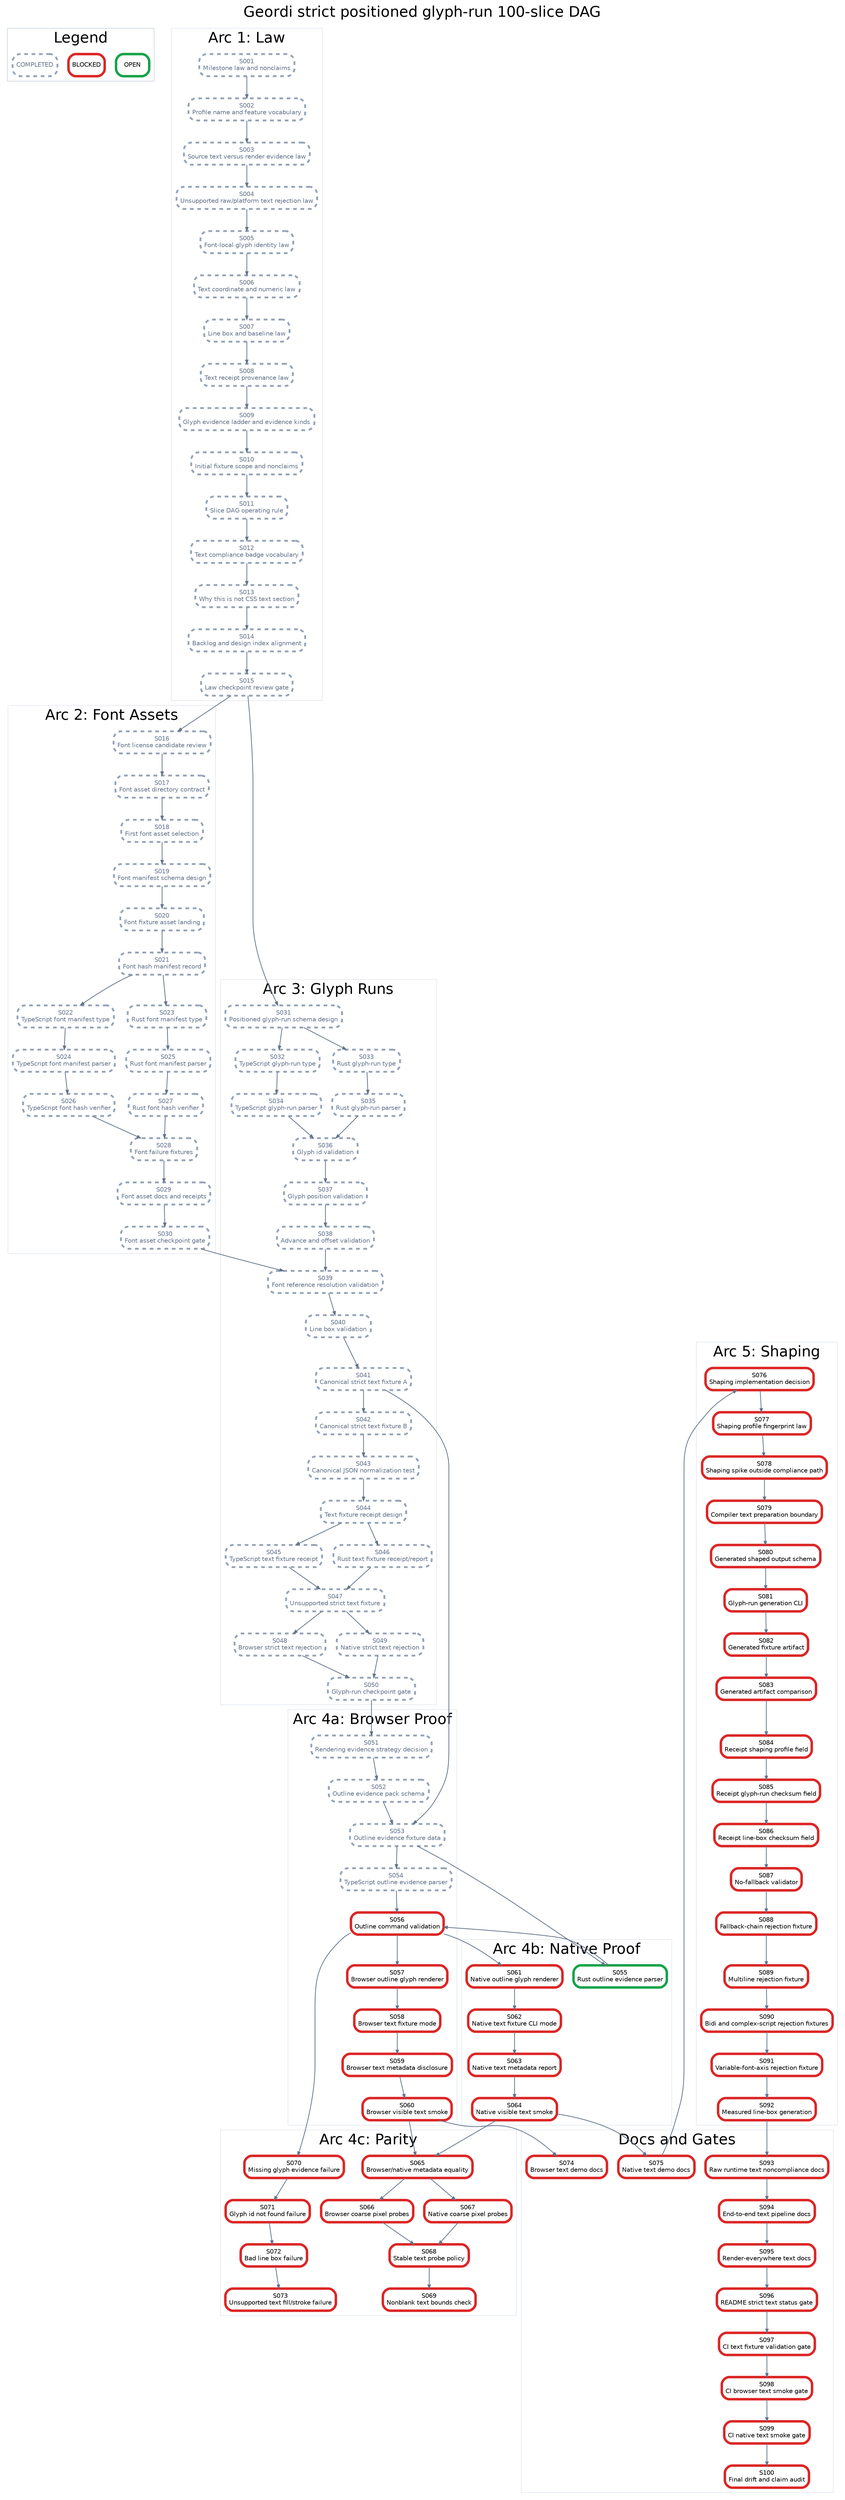
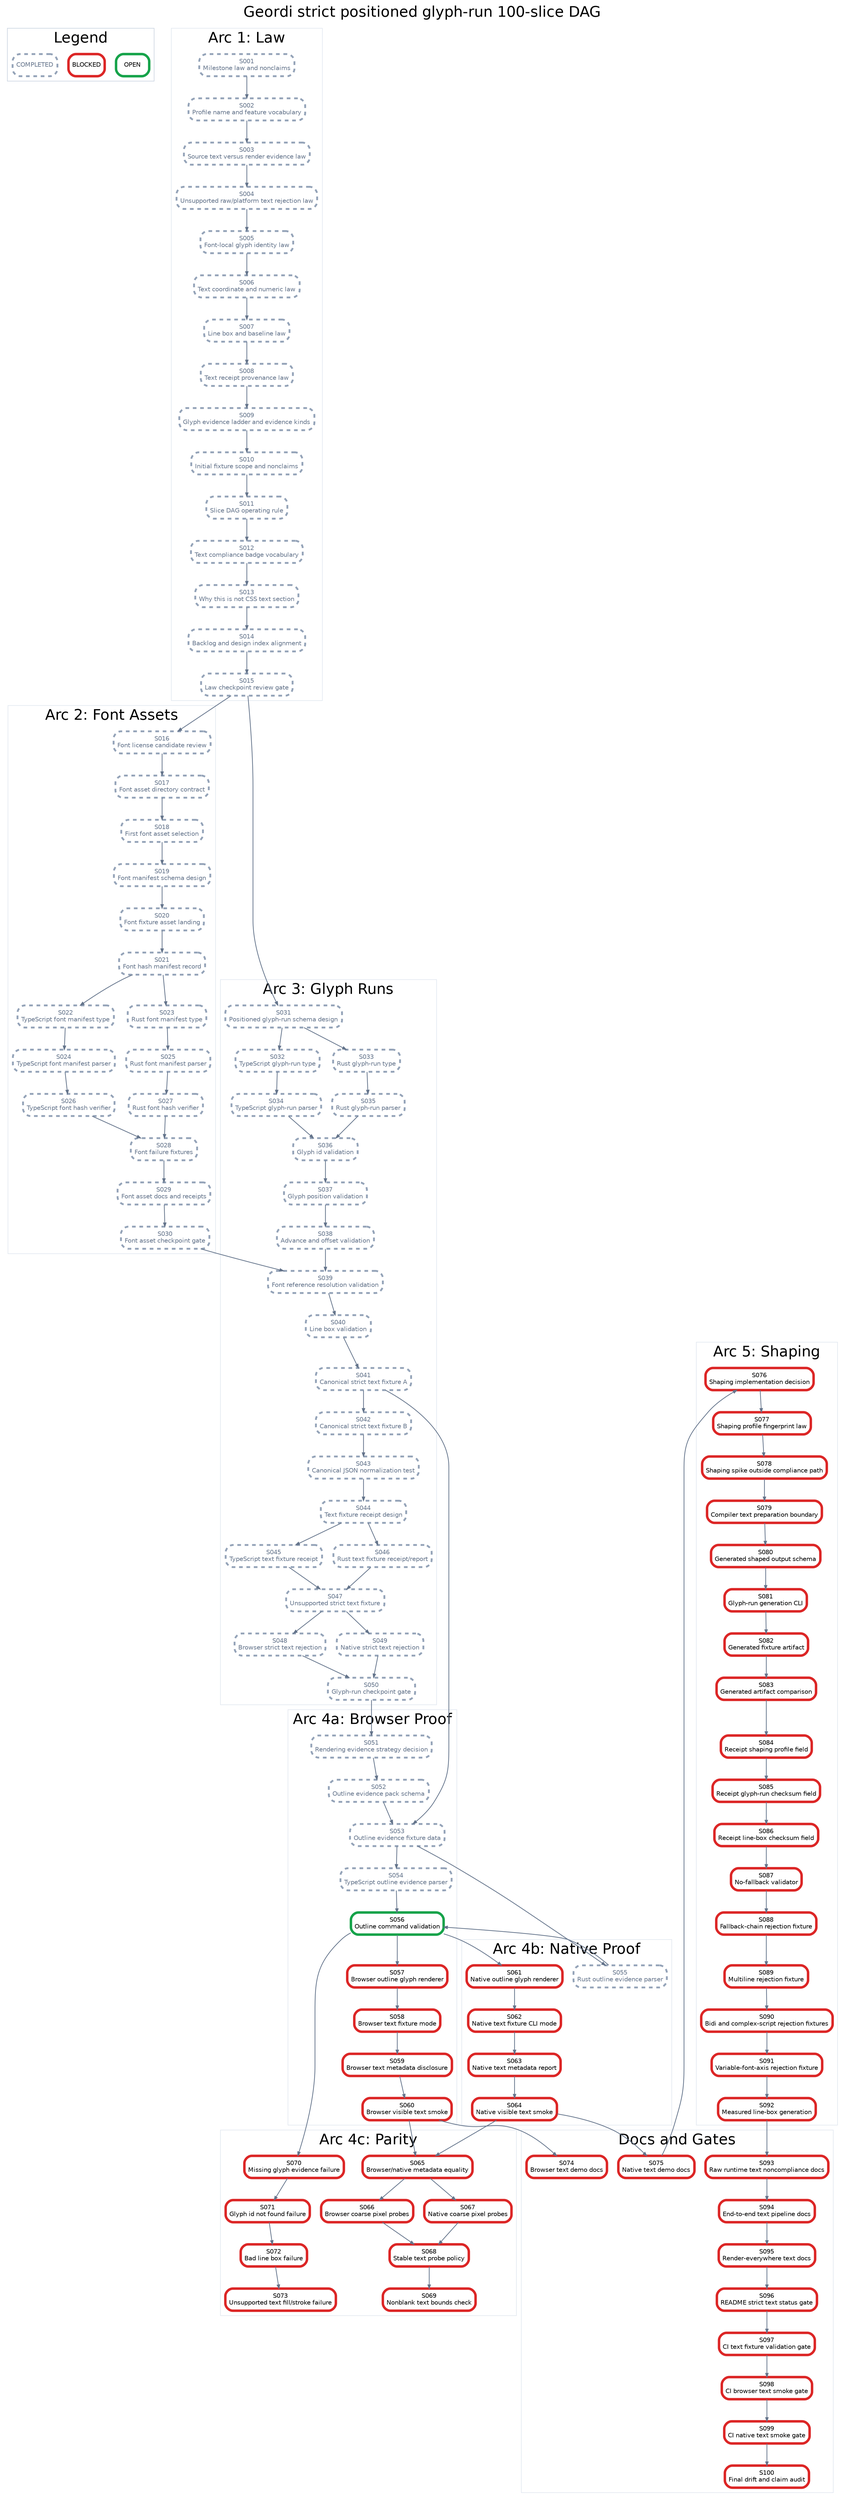
digraph StrictPositionedGlyphRunPlan {
  graph [rankdir=TB, bgcolor="white", fontname="Helvetica", label="Geordi strict positioned glyph-run 100-slice DAG", labelloc="t", fontsize=24];
  node [shape=box, style="rounded,filled", fillcolor="white", fontname="Helvetica", fontsize=10, margin="0.08,0.05"];
  edge [color="#64748b", arrowsize=0.6, penwidth=1.2];

  subgraph cluster_legend {
    label="Legend";
    color="#cbd5e1";
    legend_open [label="OPEN", color="#16a34a", penwidth=4];
    legend_blocked [label="BLOCKED", color="#dc2626", penwidth=4];
    legend_done [label="COMPLETED", color="#94a3b8", penwidth=3, style="rounded,filled,dashed", fontcolor="#64748b"];
  }

  subgraph cluster_law {
    label="Arc 1: Law";
    color="#e2e8f0";
    S001 [label="S001\nMilestone law and nonclaims", color="#94a3b8", penwidth=3, style="rounded,filled,dashed", fontcolor="#64748b"];
    S002 [label="S002\nProfile name and feature vocabulary", color="#94a3b8", penwidth=3, style="rounded,filled,dashed", fontcolor="#64748b"];
    S003 [label="S003\nSource text versus render evidence law", color="#94a3b8", penwidth=3, style="rounded,filled,dashed", fontcolor="#64748b"];
    S004 [label="S004\nUnsupported raw/platform text rejection law", color="#94a3b8", penwidth=3, style="rounded,filled,dashed", fontcolor="#64748b"];
    S005 [label="S005\nFont-local glyph identity law", color="#94a3b8", penwidth=3, style="rounded,filled,dashed", fontcolor="#64748b"];
    S006 [label="S006\nText coordinate and numeric law", color="#94a3b8", penwidth=3, style="rounded,filled,dashed", fontcolor="#64748b"];
    S007 [label="S007\nLine box and baseline law", color="#94a3b8", penwidth=3, style="rounded,filled,dashed", fontcolor="#64748b"];
    S008 [label="S008\nText receipt provenance law", color="#94a3b8", penwidth=3, style="rounded,filled,dashed", fontcolor="#64748b"];
    S009 [label="S009\nGlyph evidence ladder and evidence kinds", color="#94a3b8", penwidth=3, style="rounded,filled,dashed", fontcolor="#64748b"];
    S010 [label="S010\nInitial fixture scope and nonclaims", color="#94a3b8", penwidth=3, style="rounded,filled,dashed", fontcolor="#64748b"];
    S011 [label="S011\nSlice DAG operating rule", color="#94a3b8", penwidth=3, style="rounded,filled,dashed", fontcolor="#64748b"];
    S012 [label="S012\nText compliance badge vocabulary", color="#94a3b8", penwidth=3, style="rounded,filled,dashed", fontcolor="#64748b"];
    S013 [label="S013\nWhy this is not CSS text section", color="#94a3b8", penwidth=3, style="rounded,filled,dashed", fontcolor="#64748b"];
    S014 [label="S014\nBacklog and design index alignment", color="#94a3b8", penwidth=3, style="rounded,filled,dashed", fontcolor="#64748b"];
    S015 [label="S015\nLaw checkpoint review gate", color="#94a3b8", penwidth=3, style="rounded,filled,dashed", fontcolor="#64748b"];
  }

  subgraph cluster_assets {
    label="Arc 2: Font Assets";
    color="#e2e8f0";
    S016 [label="S016\nFont license candidate review", color="#94a3b8", penwidth=3, style="rounded,filled,dashed", fontcolor="#64748b"];
    S017 [label="S017\nFont asset directory contract", color="#94a3b8", penwidth=3, style="rounded,filled,dashed", fontcolor="#64748b"];
    S018 [label="S018\nFirst font asset selection", color="#94a3b8", penwidth=3, style="rounded,filled,dashed", fontcolor="#64748b"];
    S019 [label="S019\nFont manifest schema design", color="#94a3b8", penwidth=3, style="rounded,filled,dashed", fontcolor="#64748b"];
    S020 [label="S020\nFont fixture asset landing", color="#94a3b8", penwidth=3, style="rounded,filled,dashed", fontcolor="#64748b"];
    S021 [label="S021\nFont hash manifest record", color="#94a3b8", penwidth=3, style="rounded,filled,dashed", fontcolor="#64748b"];
    S022 [label="S022\nTypeScript font manifest type", color="#94a3b8", penwidth=3, style="rounded,filled,dashed", fontcolor="#64748b"];
    S023 [label="S023\nRust font manifest type", color="#94a3b8", penwidth=3, style="rounded,filled,dashed", fontcolor="#64748b"];
    S024 [label="S024\nTypeScript font manifest parser", color="#94a3b8", penwidth=3, style="rounded,filled,dashed", fontcolor="#64748b"];
    S025 [label="S025\nRust font manifest parser", color="#94a3b8", penwidth=3, style="rounded,filled,dashed", fontcolor="#64748b"];
    S026 [label="S026\nTypeScript font hash verifier", color="#94a3b8", penwidth=3, style="rounded,filled,dashed", fontcolor="#64748b"];
    S027 [label="S027\nRust font hash verifier", color="#94a3b8", penwidth=3, style="rounded,filled,dashed", fontcolor="#64748b"];
    S028 [label="S028\nFont failure fixtures", color="#94a3b8", penwidth=3, style="rounded,filled,dashed", fontcolor="#64748b"];
    S029 [label="S029\nFont asset docs and receipts", color="#94a3b8", penwidth=3, style="rounded,filled,dashed", fontcolor="#64748b"];
    S030 [label="S030\nFont asset checkpoint gate", color="#94a3b8", penwidth=3, style="rounded,filled,dashed", fontcolor="#64748b"];
  }

  subgraph cluster_glyph {
    label="Arc 3: Glyph Runs";
    color="#e2e8f0";
    S031 [label="S031\nPositioned glyph-run schema design", color="#94a3b8", penwidth=3, style="rounded,filled,dashed", fontcolor="#64748b"];
    S032 [label="S032\nTypeScript glyph-run type", color="#94a3b8", penwidth=3, style="rounded,filled,dashed", fontcolor="#64748b"];
    S033 [label="S033\nRust glyph-run type", color="#94a3b8", penwidth=3, style="rounded,filled,dashed", fontcolor="#64748b"];
    S034 [label="S034\nTypeScript glyph-run parser", color="#94a3b8", penwidth=3, style="rounded,filled,dashed", fontcolor="#64748b"];
    S035 [label="S035\nRust glyph-run parser", color="#94a3b8", penwidth=3, style="rounded,filled,dashed", fontcolor="#64748b"];
    S036 [label="S036\nGlyph id validation", color="#94a3b8", penwidth=3, style="rounded,filled,dashed", fontcolor="#64748b"];
    S037 [label="S037\nGlyph position validation", color="#94a3b8", penwidth=3, style="rounded,filled,dashed", fontcolor="#64748b"];
    S038 [label="S038\nAdvance and offset validation", color="#94a3b8", penwidth=3, style="rounded,filled,dashed", fontcolor="#64748b"];
    S039 [label="S039\nFont reference resolution validation", color="#94a3b8", penwidth=3, style="rounded,filled,dashed", fontcolor="#64748b"];
    S040 [label="S040\nLine box validation", color="#94a3b8", penwidth=3, style="rounded,filled,dashed", fontcolor="#64748b"];
    S041 [label="S041\nCanonical strict text fixture A", color="#94a3b8", penwidth=3, style="rounded,filled,dashed", fontcolor="#64748b"];
    S042 [label="S042\nCanonical strict text fixture B", color="#94a3b8", penwidth=3, style="rounded,filled,dashed", fontcolor="#64748b"];
    S043 [label="S043\nCanonical JSON normalization test", color="#94a3b8", penwidth=3, style="rounded,filled,dashed", fontcolor="#64748b"];
    S044 [label="S044\nText fixture receipt design", color="#94a3b8", penwidth=3, style="rounded,filled,dashed", fontcolor="#64748b"];
    S045 [label="S045\nTypeScript text fixture receipt", color="#94a3b8", penwidth=3, style="rounded,filled,dashed", fontcolor="#64748b"];
    S046 [label="S046\nRust text fixture receipt/report", color="#94a3b8", penwidth=3, style="rounded,filled,dashed", fontcolor="#64748b"];
    S047 [label="S047\nUnsupported strict text fixture", color="#94a3b8", penwidth=3, style="rounded,filled,dashed", fontcolor="#64748b"];
    S048 [label="S048\nBrowser strict text rejection", color="#94a3b8", penwidth=3, style="rounded,filled,dashed", fontcolor="#64748b"];
    S049 [label="S049\nNative strict text rejection", color="#94a3b8", penwidth=3, style="rounded,filled,dashed", fontcolor="#64748b"];
    S050 [label="S050\nGlyph-run checkpoint gate", color="#94a3b8", penwidth=3, style="rounded,filled,dashed", fontcolor="#64748b"];
  }

  subgraph cluster_browser {
    label="Arc 4a: Browser Proof";
    color="#e2e8f0";
    S051 [label="S051\nRendering evidence strategy decision", color="#94a3b8", penwidth=3, style="rounded,filled,dashed", fontcolor="#64748b"];
    S052 [label="S052\nOutline evidence pack schema", color="#94a3b8", penwidth=3, style="rounded,filled,dashed", fontcolor="#64748b"];
    S053 [label="S053\nOutline evidence fixture data", color="#94a3b8", penwidth=3, style="rounded,filled,dashed", fontcolor="#64748b"];
    S054 [label="S054\nTypeScript outline evidence parser", color="#94a3b8", penwidth=3, style="rounded,filled,dashed", fontcolor="#64748b"];
-     S056 [label="S056\nOutline command validation", color="#dc2626", penwidth=4];
+     S056 [label="S056\nOutline command validation", color="#16a34a", penwidth=4];
    S057 [label="S057\nBrowser outline glyph renderer", color="#dc2626", penwidth=4];
    S058 [label="S058\nBrowser text fixture mode", color="#dc2626", penwidth=4];
    S059 [label="S059\nBrowser text metadata disclosure", color="#dc2626", penwidth=4];
    S060 [label="S060\nBrowser visible text smoke", color="#dc2626", penwidth=4];
  }

  subgraph cluster_native {
    label="Arc 4b: Native Proof";
    color="#e2e8f0";
-     S055 [label="S055\nRust outline evidence parser", color="#16a34a", penwidth=4];
+     S055 [label="S055\nRust outline evidence parser", color="#94a3b8", penwidth=3, style="rounded,filled,dashed", fontcolor="#64748b"];
    S061 [label="S061\nNative outline glyph renderer", color="#dc2626", penwidth=4];
    S062 [label="S062\nNative text fixture CLI mode", color="#dc2626", penwidth=4];
    S063 [label="S063\nNative text metadata report", color="#dc2626", penwidth=4];
    S064 [label="S064\nNative visible text smoke", color="#dc2626", penwidth=4];
  }

  subgraph cluster_parity {
    label="Arc 4c: Parity";
    color="#e2e8f0";
    S065 [label="S065\nBrowser/native metadata equality", color="#dc2626", penwidth=4];
    S066 [label="S066\nBrowser coarse pixel probes", color="#dc2626", penwidth=4];
    S067 [label="S067\nNative coarse pixel probes", color="#dc2626", penwidth=4];
    S068 [label="S068\nStable text probe policy", color="#dc2626", penwidth=4];
    S069 [label="S069\nNonblank text bounds check", color="#dc2626", penwidth=4];
    S070 [label="S070\nMissing glyph evidence failure", color="#dc2626", penwidth=4];
    S071 [label="S071\nGlyph id not found failure", color="#dc2626", penwidth=4];
    S072 [label="S072\nBad line box failure", color="#dc2626", penwidth=4];
    S073 [label="S073\nUnsupported text fill/stroke failure", color="#dc2626", penwidth=4];
  }

  subgraph cluster_shaping {
    label="Arc 5: Shaping";
    color="#e2e8f0";
    S076 [label="S076\nShaping implementation decision", color="#dc2626", penwidth=4];
    S077 [label="S077\nShaping profile fingerprint law", color="#dc2626", penwidth=4];
    S078 [label="S078\nShaping spike outside compliance path", color="#dc2626", penwidth=4];
    S079 [label="S079\nCompiler text preparation boundary", color="#dc2626", penwidth=4];
    S080 [label="S080\nGenerated shaped output schema", color="#dc2626", penwidth=4];
    S081 [label="S081\nGlyph-run generation CLI", color="#dc2626", penwidth=4];
    S082 [label="S082\nGenerated fixture artifact", color="#dc2626", penwidth=4];
    S083 [label="S083\nGenerated artifact comparison", color="#dc2626", penwidth=4];
    S084 [label="S084\nReceipt shaping profile field", color="#dc2626", penwidth=4];
    S085 [label="S085\nReceipt glyph-run checksum field", color="#dc2626", penwidth=4];
    S086 [label="S086\nReceipt line-box checksum field", color="#dc2626", penwidth=4];
    S087 [label="S087\nNo-fallback validator", color="#dc2626", penwidth=4];
    S088 [label="S088\nFallback-chain rejection fixture", color="#dc2626", penwidth=4];
    S089 [label="S089\nMultiline rejection fixture", color="#dc2626", penwidth=4];
    S090 [label="S090\nBidi and complex-script rejection fixtures", color="#dc2626", penwidth=4];
    S091 [label="S091\nVariable-font-axis rejection fixture", color="#dc2626", penwidth=4];
    S092 [label="S092\nMeasured line-box generation", color="#dc2626", penwidth=4];
  }

  subgraph cluster_docs {
    label="Docs and Gates";
    color="#e2e8f0";
    S074 [label="S074\nBrowser text demo docs", color="#dc2626", penwidth=4];
    S075 [label="S075\nNative text demo docs", color="#dc2626", penwidth=4];
    S093 [label="S093\nRaw runtime text noncompliance docs", color="#dc2626", penwidth=4];
    S094 [label="S094\nEnd-to-end text pipeline docs", color="#dc2626", penwidth=4];
    S095 [label="S095\nRender-everywhere text docs", color="#dc2626", penwidth=4];
    S096 [label="S096\nREADME strict text status gate", color="#dc2626", penwidth=4];
    S097 [label="S097\nCI text fixture validation gate", color="#dc2626", penwidth=4];
    S098 [label="S098\nCI browser text smoke gate", color="#dc2626", penwidth=4];
    S099 [label="S099\nCI native text smoke gate", color="#dc2626", penwidth=4];
    S100 [label="S100\nFinal drift and claim audit", color="#dc2626", penwidth=4];
  }

  S001 -> S002;
  S002 -> S003;
  S003 -> S004;
  S004 -> S005;
  S005 -> S006;
  S006 -> S007;
  S007 -> S008;
  S008 -> S009;
  S009 -> S010;
  S010 -> S011;
  S011 -> S012;
  S012 -> S013;
  S013 -> S014;
  S014 -> S015;
  S015 -> S016;
  S016 -> S017;
  S017 -> S018;
  S018 -> S019;
  S019 -> S020;
  S020 -> S021;
  S021 -> S022;
  S021 -> S023;
  S022 -> S024;
  S023 -> S025;
  S024 -> S026;
  S025 -> S027;
  S026 -> S028;
  S027 -> S028;
  S028 -> S029;
  S029 -> S030;
  S015 -> S031;
  S031 -> S032;
  S031 -> S033;
  S032 -> S034;
  S033 -> S035;
  S034 -> S036;
  S035 -> S036;
  S036 -> S037;
  S037 -> S038;
  S038 -> S039;
  S039 -> S040;
  S030 -> S039;
  S040 -> S041;
  S041 -> S042;
  S042 -> S043;
  S043 -> S044;
  S044 -> S045;
  S044 -> S046;
  S045 -> S047;
  S046 -> S047;
  S047 -> S048;
  S047 -> S049;
  S048 -> S050;
  S049 -> S050;
  S050 -> S051;
  S051 -> S052;
  S052 -> S053;
  S041 -> S053;
  S053 -> S054;
  S053 -> S055;
  S054 -> S056;
  S055 -> S056;
  S056 -> S057;
  S057 -> S058;
  S058 -> S059;
  S059 -> S060;
  S056 -> S061;
  S061 -> S062;
  S062 -> S063;
  S063 -> S064;
  S060 -> S065;
  S064 -> S065;
  S065 -> S066;
  S065 -> S067;
  S066 -> S068;
  S067 -> S068;
  S068 -> S069;
  S056 -> S070;
  S070 -> S071;
  S071 -> S072;
  S072 -> S073;
  S060 -> S074;
  S064 -> S075;
  S075 -> S076;
  S076 -> S077;
  S077 -> S078;
  S078 -> S079;
  S079 -> S080;
  S080 -> S081;
  S081 -> S082;
  S082 -> S083;
  S083 -> S084;
  S084 -> S085;
  S085 -> S086;
  S086 -> S087;
  S087 -> S088;
  S088 -> S089;
  S089 -> S090;
  S090 -> S091;
  S091 -> S092;
  S092 -> S093;
  S093 -> S094;
  S094 -> S095;
  S095 -> S096;
  S096 -> S097;
  S097 -> S098;
  S098 -> S099;
  S099 -> S100;
}
